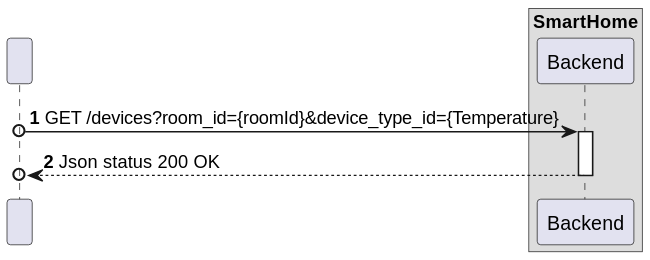
olivDiogo/SmartHome keeps this PlantUML diagram as docs/ooa/C4_4plus1_models/Level2/ProcessView/ProcessViewLevel2_UC12_v1.svg. Above is the earlier version.
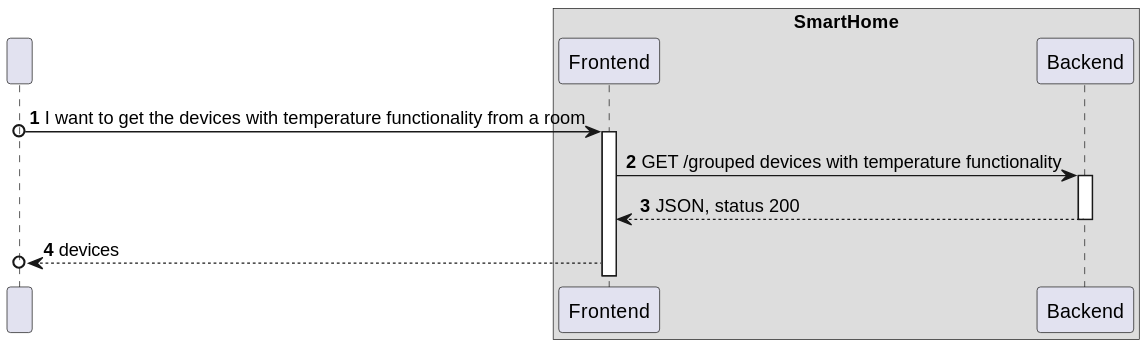
After the commit.

Commit message:
docs: updates on process view level 2 and 3 diagrams

The edit, as a diff of the source:
```diff
@@ -7,13 +7,18 @@
 participant " " as HTTP
 
 box "SmartHome"
+    participant "Frontend" as FE
     participant "Backend" as BE
 
 end box
+HTTP o-> FE: I want to get the devices with temperature functionality from a room
+activate FE
 
-HTTP o-> BE : GET /devices?room_id={roomId}&device_type_id={Temperature}
+FE -> BE : GET /grouped devices with temperature functionality
 activate BE
 
-BE -->o HTTP : Json status 200 OK
+BE --> FE : JSON, status 200
 deactivate BE
+
+FE -->o HTTP : devices
 @enduml
```
